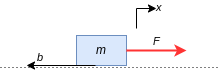
Above: colabImages/Tutorial1/Tutorial1_FBD.drawio.png in sasupe/DIY-Controls (draw.io), before the change. Source tidied: cells renumbered, new cells last; positions are measured from the earlier drawing's top-left corner, leaving out a move shared by most shapes. The source it was exported from:
```xml
<mxGraphModel background="#ffffff">
  <root>
    <mxCell id="0" />
    <mxCell id="1" parent="0" />
    <mxCell id="2" value="&lt;i&gt;m&lt;/i&gt;" style="rounded=0;whiteSpace=wrap;html=1;fillColor=#dae8fc;strokeColor=#6c8ebf;" parent="1" vertex="1">
      <mxGeometry x="76" y="27" width="50" height="30" as="geometry" />
    </mxCell>
    <mxCell id="3" value="&lt;i&gt;F&lt;/i&gt;" style="endArrow=classic;html=1;rounded=0;strokeWidth=2;strokeColor=#FF3333;spacingBottom=0;labelPosition=center;verticalLabelPosition=top;align=center;verticalAlign=bottom;" parent="1" edge="1">
      <mxGeometry relative="1" as="geometry">
        <mxPoint x="126" y="42" as="sourcePoint" />
        <mxPoint x="186" y="42" as="targetPoint" />
      </mxGeometry>
    </mxCell>
    <mxCell id="4" value="&lt;i&gt;x&lt;/i&gt;" style="endArrow=classic;html=1;rounded=0;strokeColor=#000000;strokeWidth=1;fontColor=#000000;labelPosition=right;verticalLabelPosition=top;align=left;verticalAlign=bottom;spacingRight=0;spacingLeft=18;spacingTop=0;spacingBottom=-8;" parent="1" edge="1">
      <mxGeometry relative="1" as="geometry">
        <mxPoint x="136" y="20" as="sourcePoint" />
        <mxPoint x="156" as="targetPoint" />
        <Array as="points">
          <mxPoint x="136" />
        </Array>
      </mxGeometry>
    </mxCell>
    <mxCell id="5" style="endArrow=classic;html=1;rounded=0;fontColor=#000000;strokeColor=#000000;strokeWidth=1;" parent="1" edge="1">
      <mxGeometry relative="1" as="geometry">
        <mxPoint x="95" y="57" as="sourcePoint" />
        <mxPoint x="26" y="57" as="targetPoint" />
      </mxGeometry>
    </mxCell>
    <mxCell id="6" style="endArrow=none;dashed=1;html=1;dashPattern=1 3;strokeWidth=1;rounded=0;fontColor=#000000;fontSize=5;" parent="1" edge="1">
      <mxGeometry relative="1" as="geometry">
        <mxPoint y="59" as="sourcePoint" />
        <mxPoint x="220" y="59" as="targetPoint" />
      </mxGeometry>
    </mxCell>
    <mxCell id="7" value="b" style="edgeLabel;html=1;align=right;verticalAlign=bottom;fontSize=11;fontColor=#000000;labelPosition=left;verticalLabelPosition=top;spacingBottom=-2;fontStyle=2;" parent="6" vertex="1">
      <mxGeometry x="-0.64" y="4" relative="1" as="geometry">
        <mxPoint x="3" as="offset" />
      </mxGeometry>
    </mxCell>
  </root>
</mxGraphModel>
```
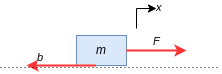
Above is the later version.

What changed in the source:
```diff
@@ -20,7 +20,7 @@
         </Array>
       </mxGeometry>
     </mxCell>
-    <mxCell id="5" style="endArrow=classic;html=1;rounded=0;fontColor=#000000;strokeColor=#000000;strokeWidth=1;" parent="1" edge="1">
+    <mxCell id="5" style="endArrow=classic;html=1;rounded=0;fontColor=#000000;strokeColor=#FF3333;strokeWidth=2;" parent="1" edge="1">
       <mxGeometry relative="1" as="geometry">
         <mxPoint x="95" y="57" as="sourcePoint" />
         <mxPoint x="26" y="57" as="targetPoint" />
```
